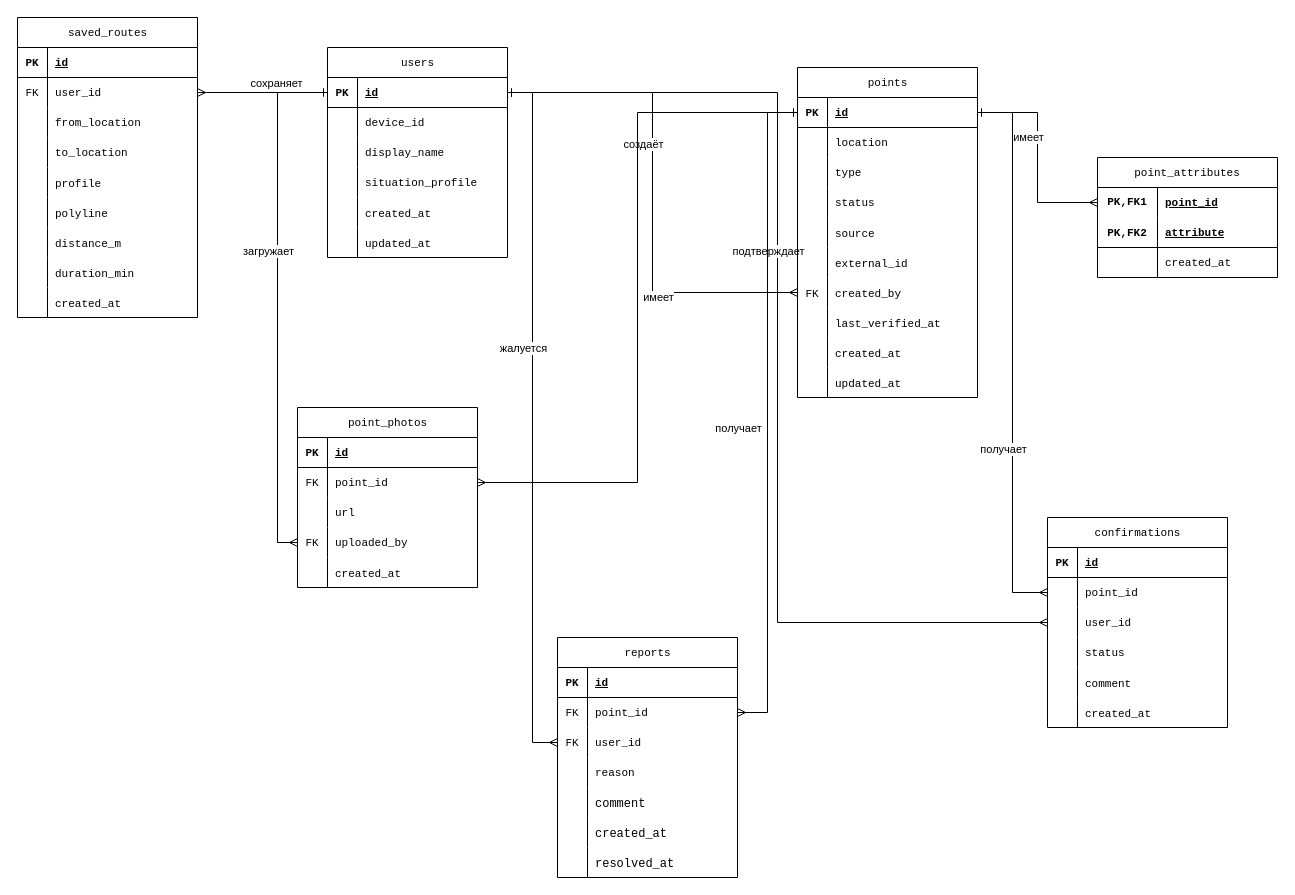
Earlier version of the draw.io diagram docs/UML/ER-диаграмма.drawio (Muenme/MyMap). Source tidied: cells renumbered, new cells numbered last; positions are measured from the earlier drawing's top-left corner, leaving out a move shared by most shapes. Both pictures are drawn from the tidied source at 100%, with x=0, y=0 at pixel (17, 17).
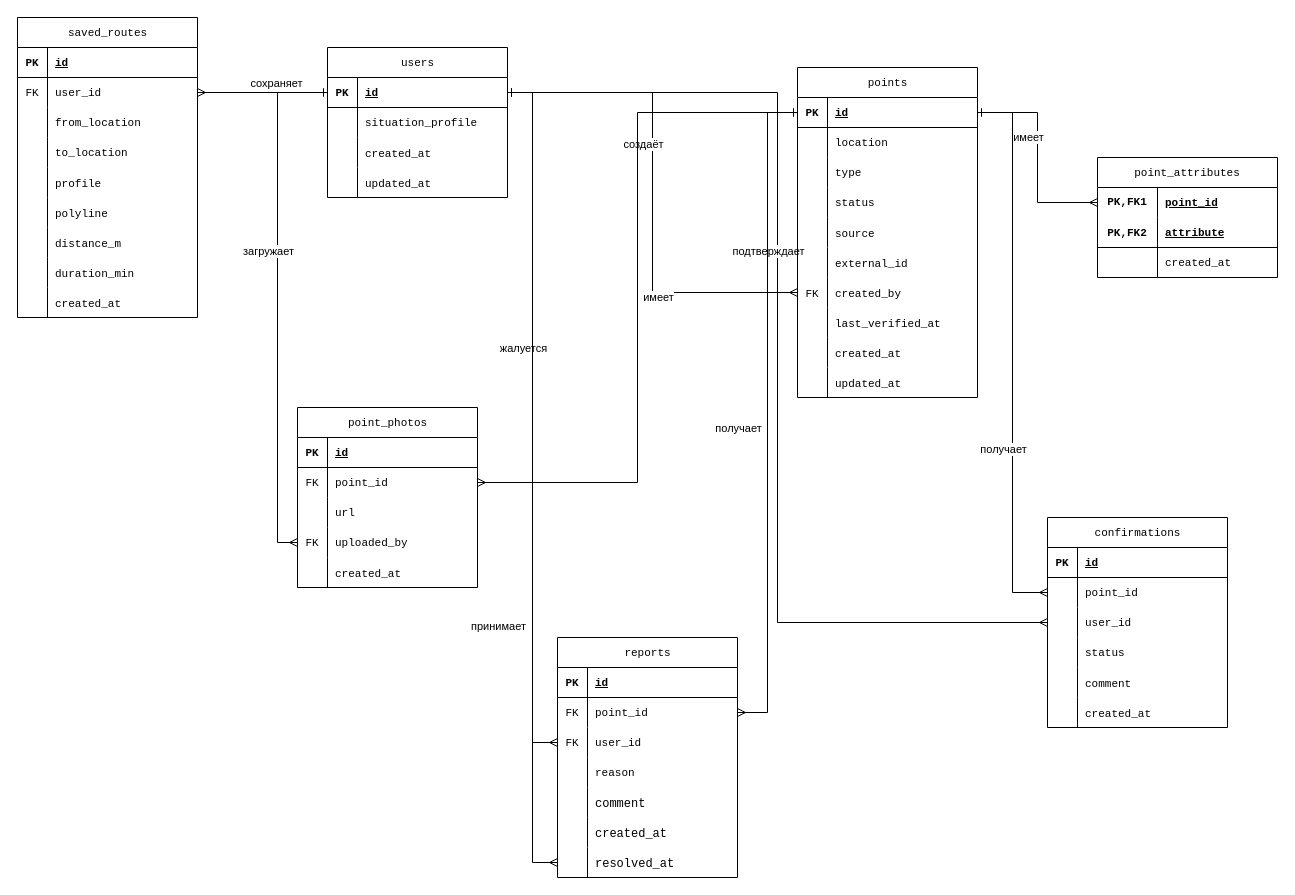
The same diagram, later.

Commit message (it also covers changes not shown here):
Норм диаграмма

Unchanged cells that the change refers to:
```xml
<mxCell id="55" style="shape=tableRow;horizontal=0;startSize=0;swimlaneHead=0;swimlaneBody=0;fillColor=none;points=[[0,0.5],[1,0.5]];portConstraint=eastwest;top=0;left=0;right=0;bottom=0;" parent="36" vertex="1">
  <mxGeometry y="210" width="180" height="30" as="geometry" />
</mxCell>
<mxCell id="147" style="shape=tableRow;horizontal=0;startSize=0;swimlaneHead=0;swimlaneBody=0;fillColor=none;points=[[0,0.5],[1,0.5]];portConstraint=eastwest;top=0;left=0;right=0;bottom=1;" parent="146" vertex="1">
  <mxGeometry y="30" width="180" height="30" as="geometry" />
</mxCell>
```

The edit, as a diff of the source:
```diff
@@
-    <mxCell id="56" style="shape=partialRectangle;fillColor=none;top=0;left=0;bottom=0;right=0;overflow=hidden;" parent="55" vertex="1">
+    <mxCell id="56" style="shape=partialRectangle;fillColor=none;top=0;left=0;bottom=0;right=0;overflow=hidden;fontSize=11;fontFamily=Courier New;" parent="55" vertex="1">
       <mxGeometry width="30" height="30" as="geometry" />
     </mxCell>
@@
     <mxCell id="146" value="&lt;span style=&quot;font-family: &amp;quot;Courier New&amp;quot;; font-size: 11px; font-weight: 400; text-align: left; white-space: normal;&quot;&gt;users&lt;/span&gt;" style="shape=table;startSize=30;childLayout=tableLayout;rowLines=0;fontStyle=1;align=center;html=1;" parent="1" vertex="1">
-      <mxGeometry x="310" y="30" width="180" height="210" as="geometry" />
+      <mxGeometry x="310" y="30" width="180" height="150" as="geometry" />
     </mxCell>
@@
-    <mxCell id="150" style="shape=tableRow;horizontal=0;startSize=0;swimlaneHead=0;swimlaneBody=0;fillColor=none;top=0;left=0;right=0;bottom=0;" parent="146" vertex="1">
-      <mxGeometry y="60" width="180" height="30" as="geometry" />
-    </mxCell>
-    <mxCell id="151" style="shape=partialRectangle;fillColor=none;top=0;left=0;bottom=0;right=0;overflow=hidden;whiteSpace=wrap;html=1;" parent="150" vertex="1">
-      <mxGeometry width="30" height="30" as="geometry" />
-    </mxCell>
-    <mxCell id="152" value="&lt;span style=&quot;font-family: &amp;quot;Courier New&amp;quot;; font-size: 11px;&quot;&gt;device_id&lt;/span&gt;" style="shape=partialRectangle;fillColor=none;top=0;left=0;bottom=0;right=0;align=left;spacingLeft=6;overflow=hidden;whiteSpace=wrap;html=1;" parent="150" vertex="1">
-      <mxGeometry x="30" width="150" height="30" as="geometry" />
-    </mxCell>
-    <mxCell id="153" style="shape=tableRow;horizontal=0;startSize=0;swimlaneHead=0;swimlaneBody=0;fillColor=none;top=0;left=0;right=0;bottom=0;" parent="146" vertex="1">
-      <mxGeometry y="90" width="180" height="30" as="geometry" />
-    </mxCell>
-    <mxCell id="154" style="shape=partialRectangle;fillColor=none;top=0;left=0;bottom=0;right=0;overflow=hidden;whiteSpace=wrap;html=1;" parent="153" vertex="1">
-      <mxGeometry width="30" height="30" as="geometry" />
-    </mxCell>
-    <mxCell id="155" value="&lt;span style=&quot;font-family: &amp;quot;Courier New&amp;quot;; font-size: 11px;&quot;&gt;display_name&lt;/span&gt;" style="shape=partialRectangle;fillColor=none;top=0;left=0;bottom=0;right=0;align=left;spacingLeft=6;overflow=hidden;whiteSpace=wrap;html=1;" parent="153" vertex="1">
-      <mxGeometry x="30" width="150" height="30" as="geometry" />
-    </mxCell>
     <mxCell id="156" style="shape=tableRow;horizontal=0;startSize=0;swimlaneHead=0;swimlaneBody=0;fillColor=none;top=0;left=0;right=0;bottom=0;" parent="146" vertex="1">
-      <mxGeometry y="120" width="180" height="30" as="geometry" />
+      <mxGeometry y="60" width="180" height="30" as="geometry" />
     </mxCell>
@@
     <mxCell id="159" style="shape=tableRow;horizontal=0;startSize=0;swimlaneHead=0;swimlaneBody=0;fillColor=none;top=0;left=0;right=0;bottom=0;" parent="146" vertex="1">
-      <mxGeometry y="150" width="180" height="30" as="geometry" />
+      <mxGeometry y="90" width="180" height="30" as="geometry" />
     </mxCell>
@@
     <mxCell id="162" style="shape=tableRow;horizontal=0;startSize=0;swimlaneHead=0;swimlaneBody=0;fillColor=none;top=0;left=0;right=0;bottom=0;" parent="146" vertex="1">
-      <mxGeometry y="180" width="180" height="30" as="geometry" />
+      <mxGeometry y="120" width="180" height="30" as="geometry" />
     </mxCell>
@@
+    <mxCell id="165" style="edgeStyle=orthogonalEdgeStyle;rounded=0;jettySize=auto;html=1;endArrow=ERmany;startArrow=ERone;startFill=0;endFill=0;fontFamily=Helvetica;fontSize=11;" parent="1" edge="1" source="147" target="55">
+      <mxGeometry x="0.47" relative="1" as="geometry" />
+    </mxCell>
+    <mxCell id="166" value="принимает" style="edgeLabel;html=1;align=center;verticalAlign=middle;fontFamily=Helvetica;fontSize=11;" parent="165" vertex="1">
+      <mxGeometry x="0.36" y="-10" relative="1" as="geometry">
+        <mxPoint x="-25" as="offset" />
+      </mxGeometry>
+    </mxCell>
```
